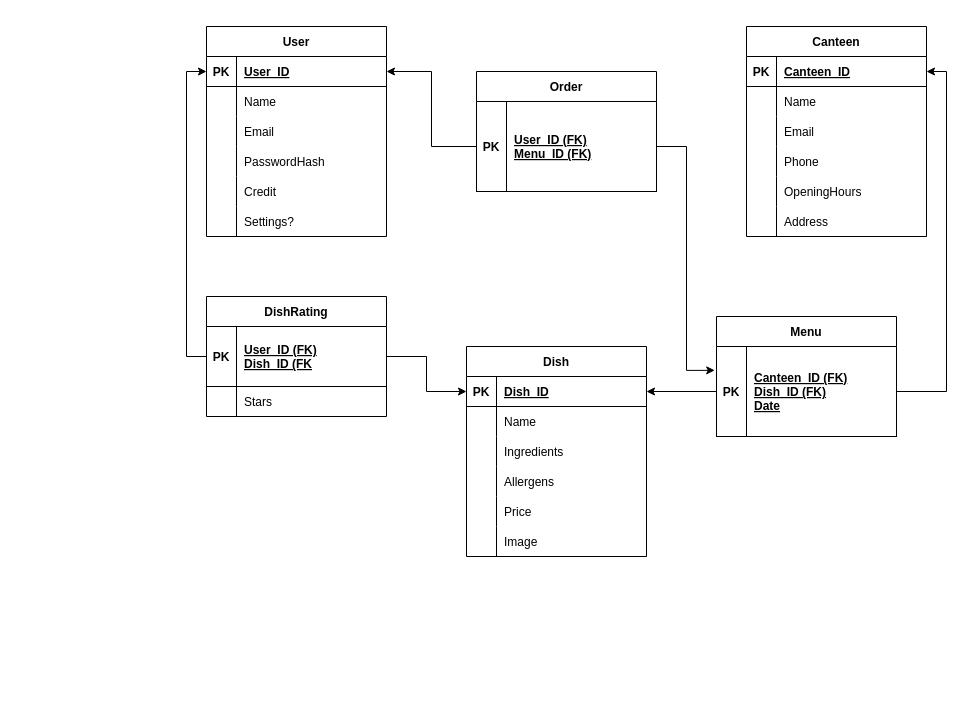
Above: backend/schema_databaze.drawio in MarekHavel/ITU (draw.io), before the change. Source tidied: cells renumbered, new cells numbered last; positions are measured from the earlier drawing's top-left corner, leaving out a move shared by most shapes. Both pictures are drawn from the tidied source at 100%, with x=0, y=0 at pixel (206, 26).
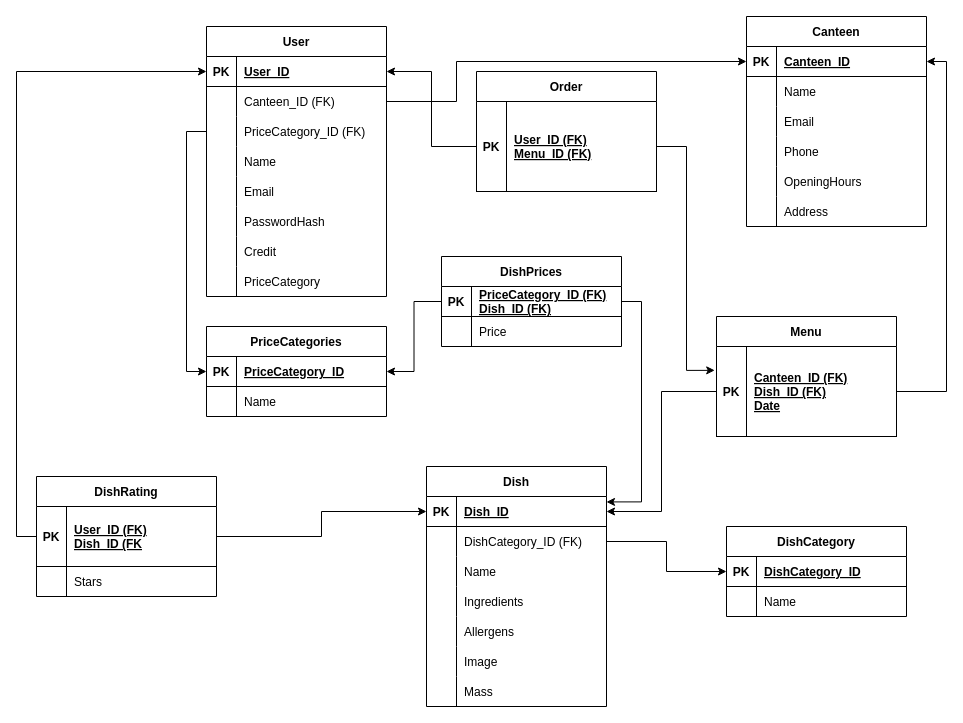
After the change.

Commit message:
Update schématu databáze

The change refers to these unchanged cells:
```xml
<mxCell id="22" style="shape=tableRow;horizontal=0;startSize=0;swimlaneHead=0;swimlaneBody=0;fillColor=none;points=[[0,0.5],[1,0.5]];portConstraint=eastwest;top=0;left=0;right=0;bottom=1;" parent="21" vertex="1">
  <mxGeometry y="30" width="180" height="30" as="geometry" />
</mxCell>
<mxCell id="41" style="shape=tableRow;horizontal=0;startSize=0;swimlaneHead=0;swimlaneBody=0;fillColor=none;points=[[0,0.5],[1,0.5]];portConstraint=eastwest;top=0;left=0;right=0;bottom=1;" parent="40" vertex="1">
  <mxGeometry y="30" width="180" height="30" as="geometry" />
</mxCell>
```

Diff of the diagram source:
```diff
@@
     <mxCell id="2" value="User" style="shape=table;startSize=30;childLayout=tableLayout;rowLines=0;fontStyle=1;align=center;" parent="1" vertex="1">
-      <mxGeometry width="180" height="210" as="geometry" />
+      <mxGeometry width="180" height="270" as="geometry" />
     </mxCell>
@@
+    <mxCell id="81" style="shape=tableRow;horizontal=0;startSize=0;swimlaneHead=0;swimlaneBody=0;fillColor=none;points=[[0,0.5],[1,0.5]];portConstraint=eastwest;top=0;left=0;right=0;bottom=0;" parent="2" vertex="1">
+      <mxGeometry y="60" width="180" height="30" as="geometry" />
+    </mxCell>
+    <mxCell id="82" style="shape=partialRectangle;fillColor=none;top=0;left=0;bottom=0;right=0;overflow=hidden;" parent="81" vertex="1">
+      <mxGeometry width="30" height="30" as="geometry" />
+    </mxCell>
+    <mxCell id="83" value="Canteen_ID (FK)" style="shape=partialRectangle;fillColor=none;top=0;left=0;bottom=0;right=0;align=left;spacingLeft=6;overflow=hidden;" parent="81" vertex="1">
+      <mxGeometry x="30" width="150" height="30" as="geometry" />
+    </mxCell>
+    <mxCell id="84" style="shape=tableRow;horizontal=0;startSize=0;swimlaneHead=0;swimlaneBody=0;fillColor=none;points=[[0,0.5],[1,0.5]];portConstraint=eastwest;top=0;left=0;right=0;bottom=0;" parent="2" vertex="1">
+      <mxGeometry y="90" width="180" height="30" as="geometry" />
+    </mxCell>
+    <mxCell id="85" style="shape=partialRectangle;fillColor=none;top=0;left=0;bottom=0;right=0;overflow=hidden;" parent="84" vertex="1">
+      <mxGeometry width="30" height="30" as="geometry" />
+    </mxCell>
+    <mxCell id="86" value="PriceCategory_ID (FK)" style="shape=partialRectangle;fillColor=none;top=0;left=0;bottom=0;right=0;align=left;spacingLeft=6;overflow=hidden;" parent="84" vertex="1">
+      <mxGeometry x="30" width="150" height="30" as="geometry" />
+    </mxCell>
     <mxCell id="6" style="shape=tableRow;horizontal=0;startSize=0;swimlaneHead=0;swimlaneBody=0;fillColor=none;top=0;left=0;right=0;bottom=0;" parent="2" vertex="1">
-      <mxGeometry y="60" width="180" height="30" as="geometry" />
+      <mxGeometry y="120" width="180" height="30" as="geometry" />
     </mxCell>
@@
     <mxCell id="9" style="shape=tableRow;horizontal=0;startSize=0;swimlaneHead=0;swimlaneBody=0;fillColor=none;top=0;left=0;right=0;bottom=0;" parent="2" vertex="1">
-      <mxGeometry y="90" width="180" height="30" as="geometry" />
+      <mxGeometry y="150" width="180" height="30" as="geometry" />
     </mxCell>
@@
     <mxCell id="12" style="shape=tableRow;horizontal=0;startSize=0;swimlaneHead=0;swimlaneBody=0;fillColor=none;top=0;left=0;right=0;bottom=0;" parent="2" vertex="1">
-      <mxGeometry y="120" width="180" height="30" as="geometry" />
+      <mxGeometry y="180" width="180" height="30" as="geometry" />
     </mxCell>
@@
     <mxCell id="15" style="shape=tableRow;horizontal=0;startSize=0;swimlaneHead=0;swimlaneBody=0;fillColor=none;top=0;left=0;right=0;bottom=0;" parent="2" vertex="1">
-      <mxGeometry y="150" width="180" height="30" as="geometry" />
+      <mxGeometry y="210" width="180" height="30" as="geometry" />
     </mxCell>
@@
-    <mxCell id="18" style="shape=tableRow;horizontal=0;startSize=0;swimlaneHead=0;swimlaneBody=0;fillColor=none;top=0;left=0;right=0;bottom=0;" parent="2" vertex="1">
-      <mxGeometry y="180" width="180" height="30" as="geometry" />
-    </mxCell>
-    <mxCell id="19" style="shape=partialRectangle;fillColor=none;top=0;left=0;bottom=0;right=0;overflow=hidden;" parent="18" vertex="1">
-      <mxGeometry width="30" height="30" as="geometry" />
-    </mxCell>
-    <mxCell id="20" value="Settings?" style="shape=partialRectangle;fillColor=none;top=0;left=0;bottom=0;right=0;align=left;spacingLeft=6;overflow=hidden;" parent="18" vertex="1">
-      <mxGeometry x="30" width="150" height="30" as="geometry" />
-    </mxCell>
+    <mxCell id="87" style="shape=tableRow;horizontal=0;startSize=0;swimlaneHead=0;swimlaneBody=0;fillColor=none;top=0;left=0;right=0;bottom=0;" parent="2" vertex="1">
+      <mxGeometry y="240" width="180" height="30" as="geometry" />
+    </mxCell>
+    <mxCell id="88" style="shape=partialRectangle;fillColor=none;top=0;left=0;bottom=0;right=0;overflow=hidden;" parent="87" vertex="1">
+      <mxGeometry width="30" height="30" as="geometry" />
+    </mxCell>
+    <mxCell id="89" value="PriceCategory" style="shape=partialRectangle;fillColor=none;top=0;left=0;bottom=0;right=0;align=left;spacingLeft=6;overflow=hidden;" parent="87" vertex="1">
+      <mxGeometry x="30" width="150" height="30" as="geometry" />
+    </mxCell>
     <mxCell id="21" value="Canteen" style="shape=table;startSize=30;childLayout=tableLayout;rowLines=0;fontStyle=1;align=center;" parent="1" vertex="1">
-      <mxGeometry x="540" width="180" height="210" as="geometry" />
+      <mxGeometry x="540" y="-10" width="180" height="210" as="geometry" />
     </mxCell>
@@
     <mxCell id="40" value="Dish" style="shape=table;startSize=30;childLayout=tableLayout;rowLines=0;fontStyle=1;align=center;" parent="1" vertex="1">
-      <mxGeometry x="260" y="320" width="180" height="210" as="geometry" />
+      <mxGeometry x="220" y="440" width="180" height="240" as="geometry" />
     </mxCell>
@@
+    <mxCell id="90" style="shape=tableRow;horizontal=0;startSize=0;swimlaneHead=0;swimlaneBody=0;fillColor=none;points=[[0,0.5],[1,0.5]];portConstraint=eastwest;top=0;left=0;right=0;bottom=0;" parent="40" vertex="1">
+      <mxGeometry y="60" width="180" height="30" as="geometry" />
+    </mxCell>
+    <mxCell id="91" style="shape=partialRectangle;fillColor=none;top=0;left=0;bottom=0;right=0;overflow=hidden;" parent="90" vertex="1">
+      <mxGeometry width="30" height="30" as="geometry" />
+    </mxCell>
+    <mxCell id="92" value="DishCategory_ID (FK)" style="shape=partialRectangle;fillColor=none;top=0;left=0;bottom=0;right=0;align=left;spacingLeft=6;overflow=hidden;" parent="90" vertex="1">
+      <mxGeometry x="30" width="150" height="30" as="geometry" />
+    </mxCell>
     <mxCell id="44" style="shape=tableRow;horizontal=0;startSize=0;swimlaneHead=0;swimlaneBody=0;fillColor=none;top=0;left=0;right=0;bottom=0;" parent="40" vertex="1">
-      <mxGeometry y="60" width="180" height="30" as="geometry" />
+      <mxGeometry y="90" width="180" height="30" as="geometry" />
     </mxCell>
@@
     <mxCell id="47" style="shape=tableRow;horizontal=0;startSize=0;swimlaneHead=0;swimlaneBody=0;fillColor=none;top=0;left=0;right=0;bottom=0;" parent="40" vertex="1">
-      <mxGeometry y="90" width="180" height="30" as="geometry" />
+      <mxGeometry y="120" width="180" height="30" as="geometry" />
     </mxCell>
@@
     <mxCell id="50" style="shape=tableRow;horizontal=0;startSize=0;swimlaneHead=0;swimlaneBody=0;fillColor=none;top=0;left=0;right=0;bottom=0;" parent="40" vertex="1">
-      <mxGeometry y="120" width="180" height="30" as="geometry" />
+      <mxGeometry y="150" width="180" height="30" as="geometry" />
     </mxCell>
@@
-    <mxCell id="53" style="shape=tableRow;horizontal=0;startSize=0;swimlaneHead=0;swimlaneBody=0;fillColor=none;top=0;left=0;right=0;bottom=0;" parent="40" vertex="1">
-      <mxGeometry y="150" width="180" height="30" as="geometry" />
-    </mxCell>
-    <mxCell id="54" style="shape=partialRectangle;fillColor=none;top=0;left=0;bottom=0;right=0;overflow=hidden;" parent="53" vertex="1">
-      <mxGeometry width="30" height="30" as="geometry" />
-    </mxCell>
-    <mxCell id="55" value="Price" style="shape=partialRectangle;fillColor=none;top=0;left=0;bottom=0;right=0;align=left;spacingLeft=6;overflow=hidden;" parent="53" vertex="1">
-      <mxGeometry x="30" width="150" height="30" as="geometry" />
-    </mxCell>
@@
+    <mxCell id="93" style="shape=tableRow;horizontal=0;startSize=0;swimlaneHead=0;swimlaneBody=0;fillColor=none;top=0;left=0;right=0;bottom=0;" parent="40" vertex="1">
+      <mxGeometry y="210" width="180" height="30" as="geometry" />
+    </mxCell>
+    <mxCell id="94" style="shape=partialRectangle;fillColor=none;top=0;left=0;bottom=0;right=0;overflow=hidden;" parent="93" vertex="1">
+      <mxGeometry width="30" height="30" as="geometry" />
+    </mxCell>
+    <mxCell id="95" value="Mass" style="shape=partialRectangle;fillColor=none;top=0;left=0;bottom=0;right=0;align=left;spacingLeft=6;overflow=hidden;" parent="93" vertex="1">
+      <mxGeometry x="30" width="150" height="30" as="geometry" />
+    </mxCell>
     <mxCell id="59" value="DishRating" style="shape=table;startSize=30;childLayout=tableLayout;rowLines=0;fontStyle=1;align=center;" parent="1" vertex="1">
-      <mxGeometry y="270" width="180" height="120" as="geometry" />
+      <mxGeometry x="-170" y="450" width="180" height="120" as="geometry" />
     </mxCell>
@@
+    <mxCell id="96" style="edgeStyle=orthogonalEdgeStyle;rounded=0;jettySize=auto;html=1;exitX=1;exitY=0.5;exitDx=0;exitDy=0;entryX=0;entryY=0.5;entryDx=0;entryDy=0;" parent="1" edge="1" source="81" target="22">
+      <mxGeometry relative="1" as="geometry">
+        <Array as="points">
+          <mxPoint x="250" y="75" />
+          <mxPoint x="250" y="35" />
+        </Array>
+      </mxGeometry>
+    </mxCell>
+    <mxCell id="97" value="PriceCategories" style="shape=table;startSize=30;childLayout=tableLayout;rowLines=0;fontStyle=1;align=center;" parent="1" vertex="1">
+      <mxGeometry y="300" width="180" height="90" as="geometry" />
+    </mxCell>
+    <mxCell id="98" style="shape=tableRow;horizontal=0;startSize=0;swimlaneHead=0;swimlaneBody=0;fillColor=none;points=[[0,0.5],[1,0.5]];portConstraint=eastwest;top=0;left=0;right=0;bottom=1;" parent="97" vertex="1">
+      <mxGeometry y="30" width="180" height="30" as="geometry" />
+    </mxCell>
+    <mxCell id="99" value="PK" style="shape=partialRectangle;fillColor=none;top=0;left=0;bottom=0;right=0;fontStyle=1;overflow=hidden;" parent="98" vertex="1">
+      <mxGeometry width="30" height="30" as="geometry" />
+    </mxCell>
+    <mxCell id="100" value="PriceCategory_ID" style="shape=partialRectangle;fillColor=none;top=0;left=0;bottom=0;right=0;align=left;spacingLeft=6;fontStyle=5;overflow=hidden;" parent="98" vertex="1">
+      <mxGeometry x="30" width="150" height="30" as="geometry" />
+    </mxCell>
+    <mxCell id="101" style="shape=tableRow;horizontal=0;startSize=0;swimlaneHead=0;swimlaneBody=0;fillColor=none;top=0;left=0;right=0;bottom=0;" parent="97" vertex="1">
+      <mxGeometry y="60" width="180" height="30" as="geometry" />
+    </mxCell>
+    <mxCell id="102" style="shape=partialRectangle;fillColor=none;top=0;left=0;bottom=0;right=0;overflow=hidden;" parent="101" vertex="1">
+      <mxGeometry width="30" height="30" as="geometry" />
+    </mxCell>
+    <mxCell id="103" value="Name" style="shape=partialRectangle;fillColor=none;top=0;left=0;bottom=0;right=0;align=left;spacingLeft=6;overflow=hidden;" parent="101" vertex="1">
+      <mxGeometry x="30" width="150" height="30" as="geometry" />
+    </mxCell>
+    <mxCell id="104" style="edgeStyle=orthogonalEdgeStyle;rounded=0;jettySize=auto;html=1;exitX=0;exitY=0.5;exitDx=0;exitDy=0;entryX=0;entryY=0.5;entryDx=0;entryDy=0;" parent="1" edge="1" source="84" target="98">
+      <mxGeometry relative="1" as="geometry" />
+    </mxCell>
+    <mxCell id="105" value="DishPrices" style="shape=table;startSize=30;childLayout=tableLayout;rowLines=0;fontStyle=1;align=center;" parent="1" vertex="1">
+      <mxGeometry x="235" y="230" width="180" height="90" as="geometry" />
+    </mxCell>
+    <mxCell id="106" style="shape=tableRow;horizontal=0;startSize=0;swimlaneHead=0;swimlaneBody=0;fillColor=none;points=[[0,0.5],[1,0.5]];portConstraint=eastwest;top=0;left=0;right=0;bottom=1;" parent="105" vertex="1">
+      <mxGeometry y="30" width="180" height="30" as="geometry" />
+    </mxCell>
+    <mxCell id="107" value="PK" style="shape=partialRectangle;fillColor=none;top=0;left=0;bottom=0;right=0;fontStyle=1;overflow=hidden;" parent="106" vertex="1">
+      <mxGeometry width="30" height="30" as="geometry" />
+    </mxCell>
+    <mxCell id="108" value="PriceCategory_ID (FK)&#10;Dish_ID (FK)" style="shape=partialRectangle;fillColor=none;top=0;left=0;bottom=0;right=0;align=left;spacingLeft=6;fontStyle=5;overflow=hidden;" parent="106" vertex="1">
+      <mxGeometry x="30" width="150" height="30" as="geometry" />
+    </mxCell>
+    <mxCell id="109" style="shape=tableRow;horizontal=0;startSize=0;swimlaneHead=0;swimlaneBody=0;fillColor=none;top=0;left=0;right=0;bottom=0;" parent="105" vertex="1">
+      <mxGeometry y="60" width="180" height="30" as="geometry" />
+    </mxCell>
+    <mxCell id="110" style="shape=partialRectangle;fillColor=none;top=0;left=0;bottom=0;right=0;overflow=hidden;" parent="109" vertex="1">
+      <mxGeometry width="30" height="30" as="geometry" />
+    </mxCell>
+    <mxCell id="55" value="Price" style="shape=partialRectangle;fillColor=none;top=0;left=0;bottom=0;right=0;align=left;spacingLeft=6;overflow=hidden;" parent="109" vertex="1">
+      <mxGeometry x="30" width="150" height="30" as="geometry" />
+    </mxCell>
+    <mxCell id="111" style="edgeStyle=orthogonalEdgeStyle;rounded=0;jettySize=auto;html=1;exitX=0;exitY=0.5;exitDx=0;exitDy=0;entryX=1;entryY=0.5;entryDx=0;entryDy=0;" parent="1" edge="1" source="106" target="98">
+      <mxGeometry relative="1" as="geometry" />
+    </mxCell>
+    <mxCell id="112" style="edgeStyle=orthogonalEdgeStyle;rounded=0;jettySize=auto;html=1;exitX=1;exitY=0.5;exitDx=0;exitDy=0;entryX=1;entryY=0.181;entryDx=0;entryDy=0;entryPerimeter=0;" parent="1" edge="1" source="106" target="41">
+      <mxGeometry relative="1" as="geometry" />
+    </mxCell>
+    <mxCell id="113" value="DishCategory" style="shape=table;startSize=30;childLayout=tableLayout;rowLines=0;fontStyle=1;align=center;" parent="1" vertex="1">
+      <mxGeometry x="520" y="500" width="180" height="90" as="geometry" />
+    </mxCell>
+    <mxCell id="114" style="shape=tableRow;horizontal=0;startSize=0;swimlaneHead=0;swimlaneBody=0;fillColor=none;points=[[0,0.5],[1,0.5]];portConstraint=eastwest;top=0;left=0;right=0;bottom=1;" parent="113" vertex="1">
+      <mxGeometry y="30" width="180" height="30" as="geometry" />
+    </mxCell>
+    <mxCell id="115" value="PK" style="shape=partialRectangle;fillColor=none;top=0;left=0;bottom=0;right=0;fontStyle=1;overflow=hidden;" parent="114" vertex="1">
+      <mxGeometry width="30" height="30" as="geometry" />
+    </mxCell>
+    <mxCell id="116" value="DishCategory_ID" style="shape=partialRectangle;fillColor=none;top=0;left=0;bottom=0;right=0;align=left;spacingLeft=6;fontStyle=5;overflow=hidden;" parent="114" vertex="1">
+      <mxGeometry x="30" width="150" height="30" as="geometry" />
+    </mxCell>
+    <mxCell id="117" style="shape=tableRow;horizontal=0;startSize=0;swimlaneHead=0;swimlaneBody=0;fillColor=none;top=0;left=0;right=0;bottom=0;" parent="113" vertex="1">
+      <mxGeometry y="60" width="180" height="30" as="geometry" />
+    </mxCell>
+    <mxCell id="118" style="shape=partialRectangle;fillColor=none;top=0;left=0;bottom=0;right=0;overflow=hidden;" parent="117" vertex="1">
+      <mxGeometry width="30" height="30" as="geometry" />
+    </mxCell>
+    <mxCell id="119" value="Name" style="shape=partialRectangle;fillColor=none;top=0;left=0;bottom=0;right=0;align=left;spacingLeft=6;overflow=hidden;" parent="117" vertex="1">
+      <mxGeometry x="30" width="150" height="30" as="geometry" />
+    </mxCell>
+    <mxCell id="120" style="edgeStyle=orthogonalEdgeStyle;rounded=0;jettySize=auto;html=1;exitX=1;exitY=0.5;exitDx=0;exitDy=0;entryX=0;entryY=0.5;entryDx=0;entryDy=0;" parent="1" edge="1" source="90" target="114">
+      <mxGeometry relative="1" as="geometry" />
+    </mxCell>
```
